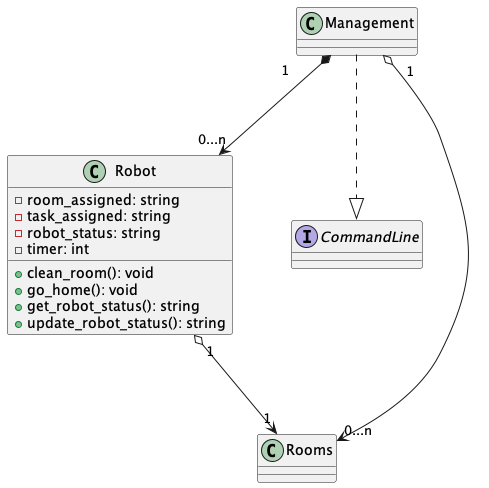
ur-cs-courses/course-project-krykna keeps this PlantUML diagram as docs/design/images/robot_class_diagram.png. Above is the earlier version. Source of this version:
```plantuml
@startuml
class Robot {
  - room_assigned: string
  - task_assigned: string
  - robot_status: string
  - timer: int

  + clean_room(): void
  + go_home(): void
  + get_robot_status(): string
  + update_robot_status(): string
}

interface CommandLine {}

Management "1" o--> "0...n" Rooms
Management "1" *--> "0...n" Robot
Robot "1" o--> "1" Rooms
Management ..|> CommandLine
@enduml
```
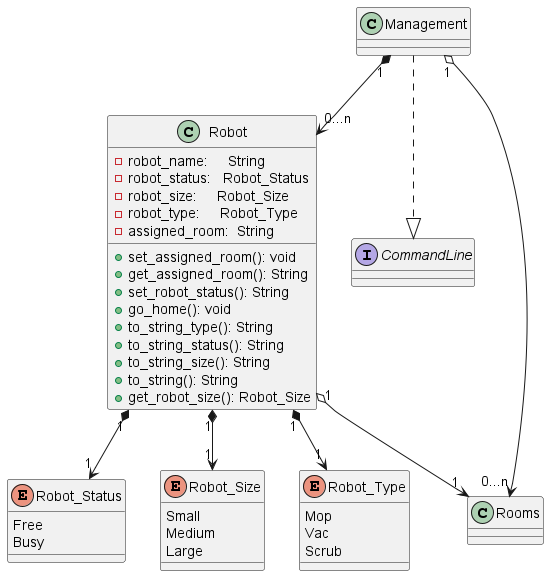
After the commit.

Diff of the diagram source:
```diff
@@ -1,14 +1,36 @@
 @startuml
 class Robot {
-  - room_assigned: string
-  - task_assigned: string
-  - robot_status: string
-  - timer: int
+  - robot_name:     String
+  - robot_status:   Robot_Status
+  - robot_size:     Robot_Size
+  - robot_type:     Robot_Type
+  - assigned_room:  String
+  + set_assigned_room(): void
+  + get_assigned_room(): String
+  + set_robot_status(): String
+  + go_home(): void
+  + to_string_type(): String
+  + to_string_status(): String
+  + to_string_size(): String
+  + to_string(): String
+  + get_robot_size(): Robot_Size
+}
 
-  + clean_room(): void
-  + go_home(): void
-  + get_robot_status(): string
-  + update_robot_status(): string
+enum Robot_Status {
+    Free
+    Busy
+}
+
+enum Robot_Size {
+    Small
+    Medium
+    Large
+}
+
+enum Robot_Type {
+    Mop
+    Vac
+    Scrub
 }
 
 interface CommandLine {}
@@ -16,5 +38,8 @@
 Management "1" o--> "0...n" Rooms
 Management "1" *--> "0...n" Robot
 Robot "1" o--> "1" Rooms
+Robot "1" *--> "1" Robot_Status
+Robot "1" *--> "1" Robot_Size
+Robot "1" *--> "1" Robot_Type
 Management ..|> CommandLine
 @enduml
```
